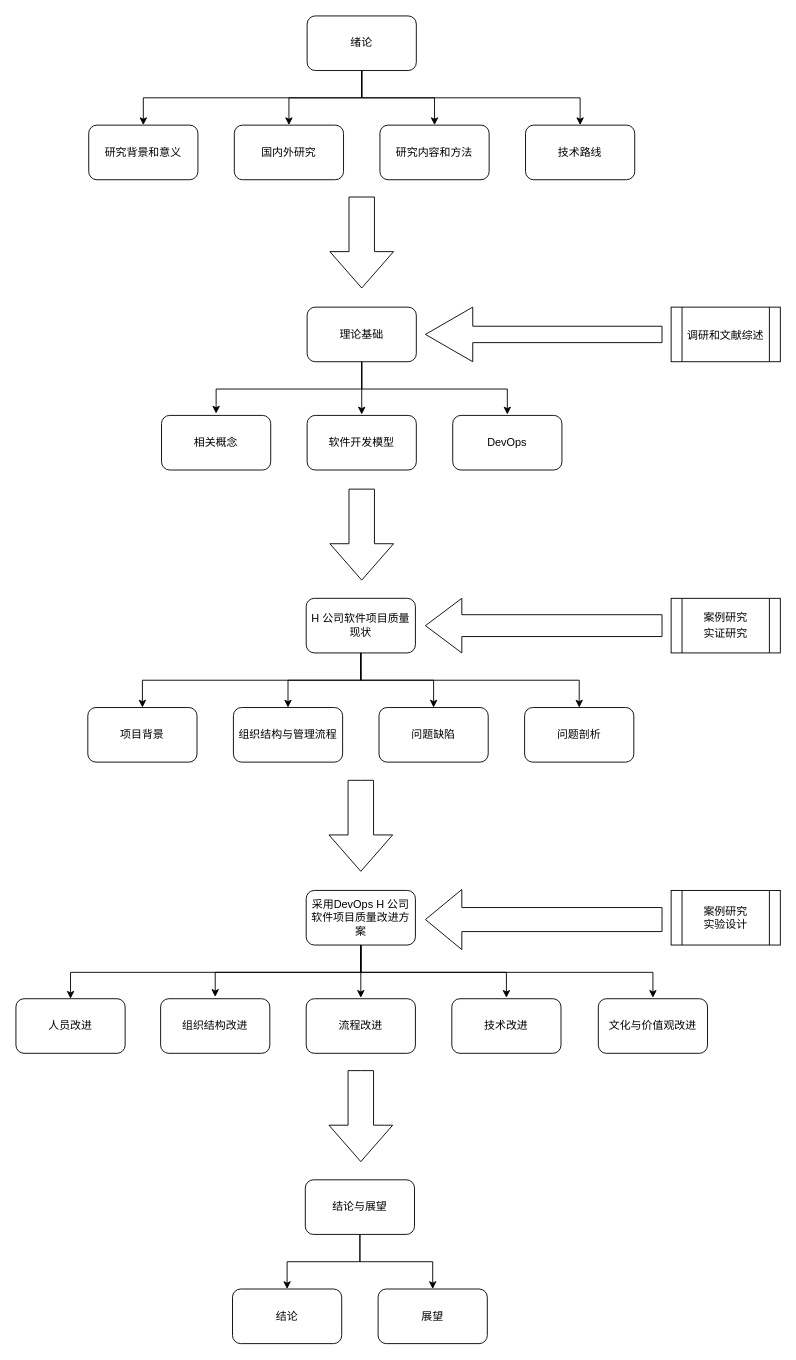
Above: 开题报告/技术路线图.drawio in jovanliuc/master-thesis (draw.io), before the change. Source tidied: cells renumbered, new cells numbered last; positions are measured from the earlier drawing's top-left corner, leaving out a move shared by most shapes. Both pictures are drawn from the tidied source at 91%, with x=0, y=0 at pixel (15, 15).
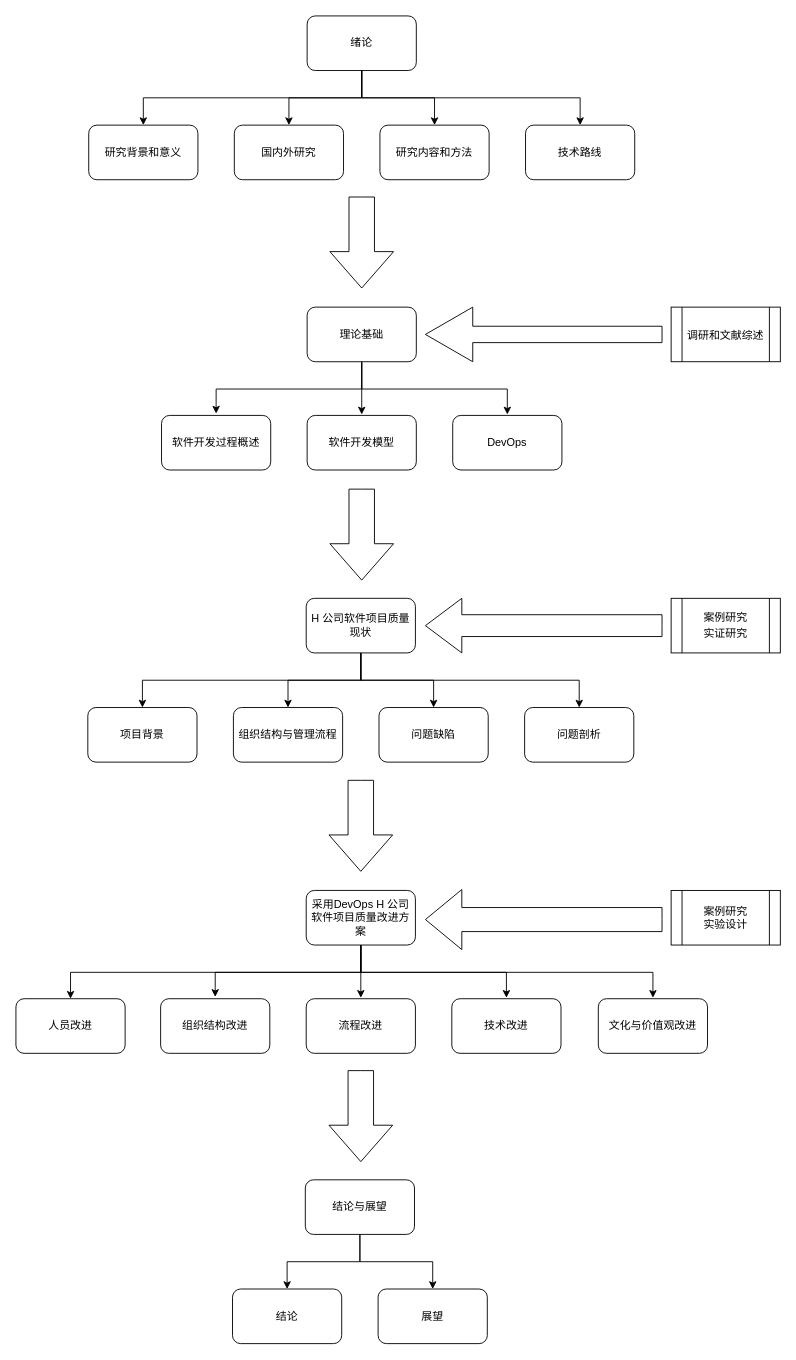
The same page after the edit.

Change to the diagram source:
```diff
@@
-    <mxCell id="13" value="相关概念" style="rounded=1;whiteSpace=wrap;html=1;" parent="1" vertex="1">
+    <mxCell id="13" value="软件开发过程概述" style="rounded=1;whiteSpace=wrap;html=1;" parent="1" vertex="1">
       <mxGeometry x="160" y="439" width="120" height="60" as="geometry" />
     </mxCell>
```
